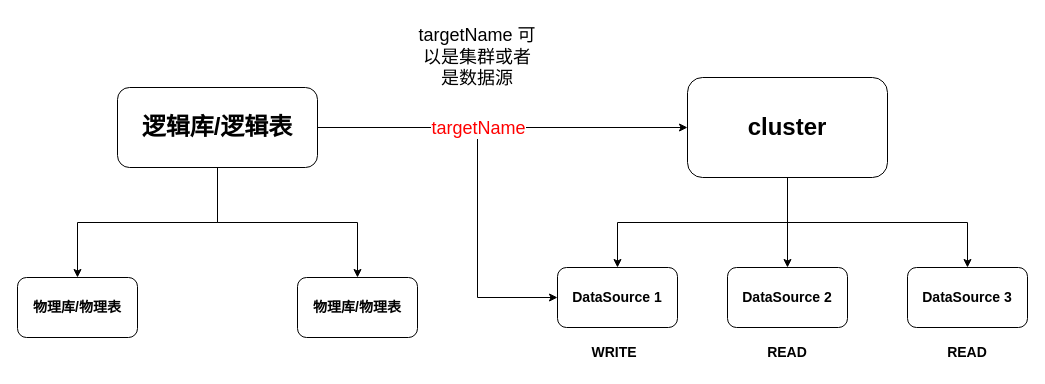
Before: DevX/mycat.drawio in GitHeP/diagrams, a draw.io diagram. Source tidied: cells renumbered, new cells numbered last; positions are measured from the earlier drawing's top-left corner, leaving out a move shared by most shapes. Both pictures are drawn from the tidied source at 100%, with x=0, y=0 at pixel (17, 17).
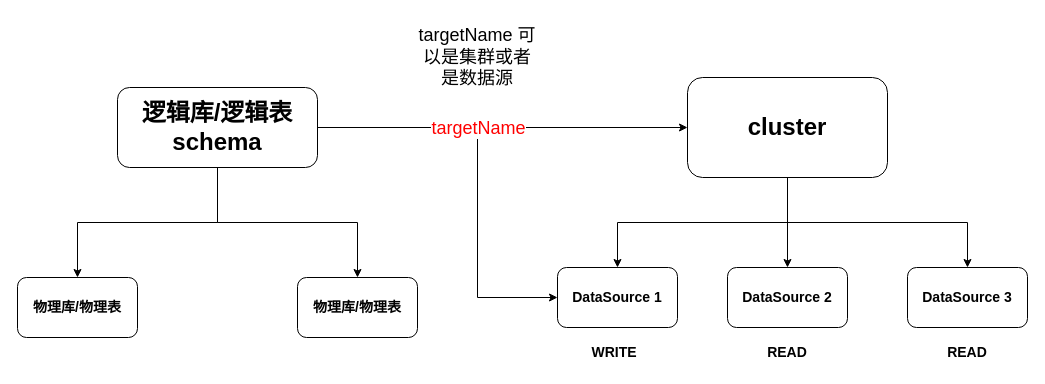
The same diagram, later.

The edit, as a diff of the source:
```diff
@@
-    <mxCell id="17" value="&lt;font style=&quot;font-size: 24px;&quot;&gt;&lt;b&gt;逻辑库/逻辑表&lt;/b&gt;&lt;/font&gt;" style="rounded=1;whiteSpace=wrap;html=1;" parent="1" vertex="1">
+    <mxCell id="17" value="&lt;font style=&quot;font-size: 24px;&quot;&gt;&lt;b&gt;逻辑库/逻辑表&lt;br&gt;schema&lt;br&gt;&lt;/b&gt;&lt;/font&gt;" style="rounded=1;whiteSpace=wrap;html=1;" parent="1" vertex="1">
       <mxGeometry x="100" y="70" width="200" height="80" as="geometry" />
     </mxCell>
```
